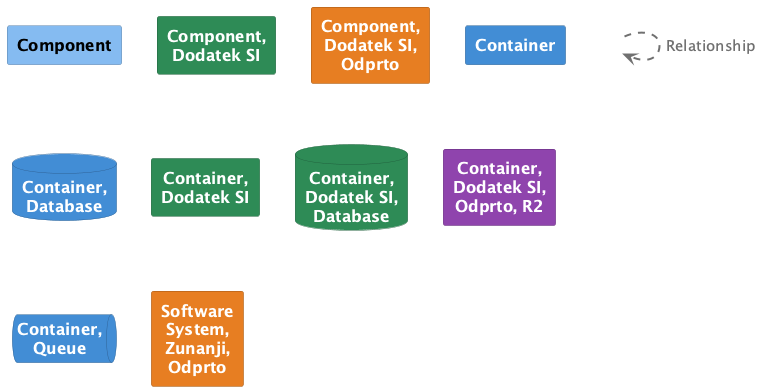
Before: architecture/diagrams/structurizr-C3-Komponente-key.png, a diagram exported from PlantUML (UM-KGPI/eFTI-Gate-SI).
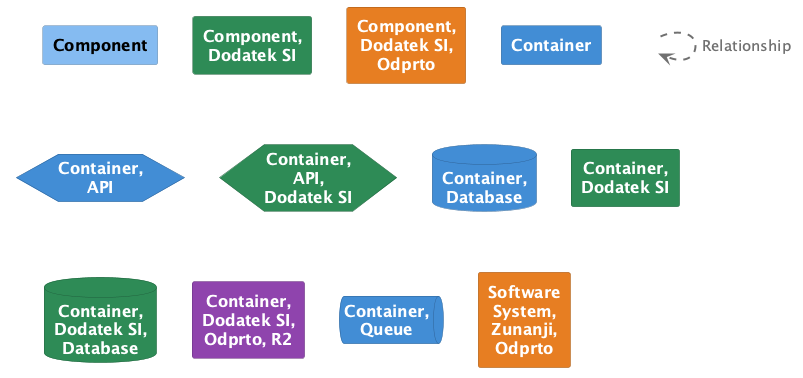
Later version of the same file.

Change to the diagram source:
```diff
@@ -44,50 +44,64 @@
 }
 rectangle "==Container" <<4>>
 
-skinparam database<<5>> {
+skinparam hexagon<<5>> {
   BackgroundColor #438dd5
   FontColor #ffffff
   BorderColor #2e6295
 }
-database "==Container, Database" <<5>>
+hexagon "==Container, API" <<5>>
 
-skinparam rectangle<<6>> {
+skinparam hexagon<<6>> {
   BackgroundColor #2e8b57
   FontColor #ffffff
   BorderColor #20613c
 }
-rectangle "==Container, Dodatek SI" <<6>>
+hexagon "==Container, API, Dodatek SI" <<6>>
 
 skinparam database<<7>> {
+  BackgroundColor #438dd5
+  FontColor #ffffff
+  BorderColor #2e6295
+}
+database "==Container, Database" <<7>>
+
+skinparam rectangle<<8>> {
   BackgroundColor #2e8b57
   FontColor #ffffff
   BorderColor #20613c
 }
-database "==Container, Dodatek SI, Database" <<7>>
+rectangle "==Container, Dodatek SI" <<8>>
 
-skinparam rectangle<<8>> {
+skinparam database<<9>> {
+  BackgroundColor #2e8b57
+  FontColor #ffffff
+  BorderColor #20613c
+}
+database "==Container, Dodatek SI, Database" <<9>>
+
+skinparam rectangle<<10>> {
   BackgroundColor #8e44ad
   FontColor #ffffff
   BorderColor #632f79
 }
-rectangle "==Container, Dodatek SI, Odprto, R2" <<8>>
+rectangle "==Container, Dodatek SI, Odprto, R2" <<10>>
 
-skinparam queue<<9>> {
+skinparam queue<<11>> {
   BackgroundColor #438dd5
   FontColor #ffffff
   BorderColor #2e6295
 }
-queue "==Container, Queue" <<9>>
+queue "==Container, Queue" <<11>>
 
-skinparam rectangle<<10>> {
+skinparam rectangle<<12>> {
   BackgroundColor #e67e22
   FontColor #ffffff
   BorderColor #a15817
 }
-rectangle "==Software System, Zunanji, Odprto" <<10>>
+rectangle "==Software System, Zunanji, Odprto" <<12>>
 
-rectangle "." <<_transparent>> as 11
-11 .[#707070,thickness=2].> 11 : "<color:#707070>Relationship"
+rectangle "." <<_transparent>> as 13
+13 .[#707070,thickness=2].> 13 : "<color:#707070>Relationship"
 
 
 @enduml
```
